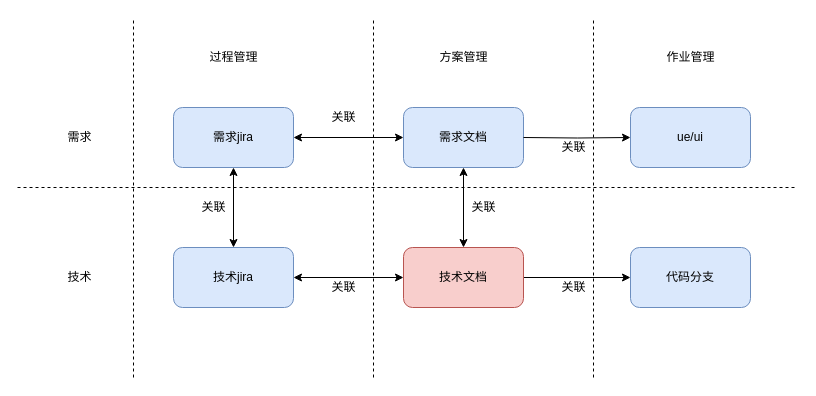
Before: project_manager.drawio in effyroth/drawio2, a draw.io diagram. Source tidied: cells renumbered, new cells numbered last; positions are measured from the earlier drawing's top-left corner, leaving out a move shared by most shapes. Both pictures are drawn from the tidied source at 100%, with x=0, y=0 at pixel (17, 17).
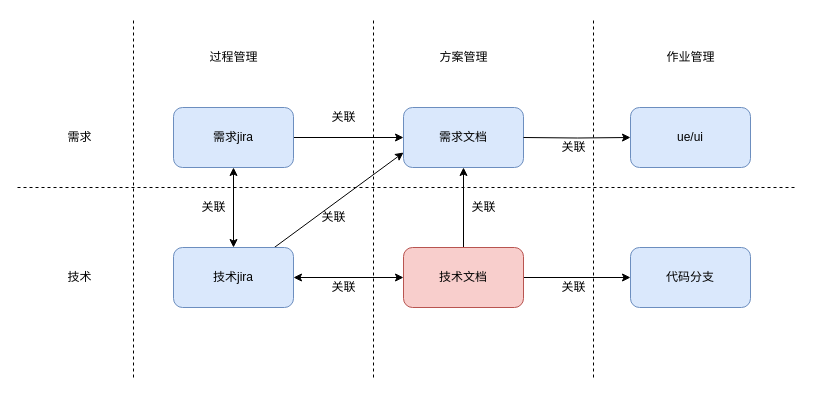
The same page after the edit.

The change refers to these unchanged cells:
```xml
<mxCell id="4" value="需求jira" style="rounded=1;whiteSpace=wrap;html=1;fillColor=#dae8fc;strokeColor=#6c8ebf;" parent="1" vertex="1">
  <mxGeometry x="156" y="90" width="120" height="60" as="geometry" />
</mxCell>
<mxCell id="6" value="需求文档" style="rounded=1;whiteSpace=wrap;html=1;fillColor=#dae8fc;strokeColor=#6c8ebf;" parent="1" vertex="1">
  <mxGeometry x="386" y="90" width="120" height="60" as="geometry" />
</mxCell>
<mxCell id="8" value="技术jira" style="rounded=1;whiteSpace=wrap;html=1;fillColor=#dae8fc;strokeColor=#6c8ebf;" parent="1" vertex="1">
  <mxGeometry x="156" y="230" width="120" height="60" as="geometry" />
</mxCell>
<mxCell id="10" value="技术文档" style="rounded=1;whiteSpace=wrap;html=1;fillColor=#f8cecc;strokeColor=#b85450;" parent="1" vertex="1">
  <mxGeometry x="386" y="230" width="120" height="60" as="geometry" />
</mxCell>
```

Change to the diagram source:
```diff
@@
+    <mxCell id="3" style="edgeStyle=orthogonalEdgeStyle;rounded=0;jettySize=auto;html=1;entryX=0.5;entryY=0;entryDx=0;entryDy=0;startArrow=classic;startFill=1;" parent="1" edge="1" source="4" target="8">
+      <mxGeometry relative="1" as="geometry" />
+    </mxCell>
-    <mxCell id="2" style="edgeStyle=orthogonalEdgeStyle;rounded=0;jettySize=auto;html=1;entryX=0;entryY=0.5;entryDx=0;entryDy=0;startArrow=classic;startFill=1;" parent="1" edge="1" source="4" target="6">
+    <mxCell id="2" style="edgeStyle=orthogonalEdgeStyle;rounded=0;jettySize=auto;html=1;entryX=0;entryY=0.5;entryDx=0;entryDy=0;startArrow=none;startFill=0;" parent="1" edge="1" source="4" target="6">
       <mxGeometry relative="1" as="geometry" />
     </mxCell>
-    <mxCell id="3" style="edgeStyle=orthogonalEdgeStyle;rounded=0;jettySize=auto;html=1;entryX=0.5;entryY=0;entryDx=0;entryDy=0;startArrow=classic;startFill=1;" parent="1" edge="1" source="4" target="8">
-      <mxGeometry relative="1" as="geometry" />
-    </mxCell>
@@
-    <mxCell id="5" style="edgeStyle=orthogonalEdgeStyle;rounded=0;jettySize=auto;html=1;entryX=0.5;entryY=0;entryDx=0;entryDy=0;startArrow=classic;startFill=1;" parent="1" edge="1" source="6" target="10">
-      <mxGeometry relative="1" as="geometry" />
-    </mxCell>
@@
+    <mxCell id="29" style="rounded=0;jettySize=auto;html=1;entryX=0;entryY=0.75;entryDx=0;entryDy=0;startArrow=none;startFill=0;" parent="1" edge="1" source="8" target="6">
+      <mxGeometry relative="1" as="geometry" />
+    </mxCell>
@@
+    <mxCell id="30" style="edgeStyle=orthogonalEdgeStyle;rounded=0;jettySize=auto;html=1;entryX=0.5;entryY=1;entryDx=0;entryDy=0;startArrow=none;startFill=0;" parent="1" edge="1" source="10" target="6">
+      <mxGeometry relative="1" as="geometry" />
+    </mxCell>
@@
+    <mxCell id="31" value="关联" style="text;html=1;align=center;verticalAlign=middle;" parent="1" vertex="1">
+      <mxGeometry x="296" y="190" width="40" height="20" as="geometry" />
+    </mxCell>
```
